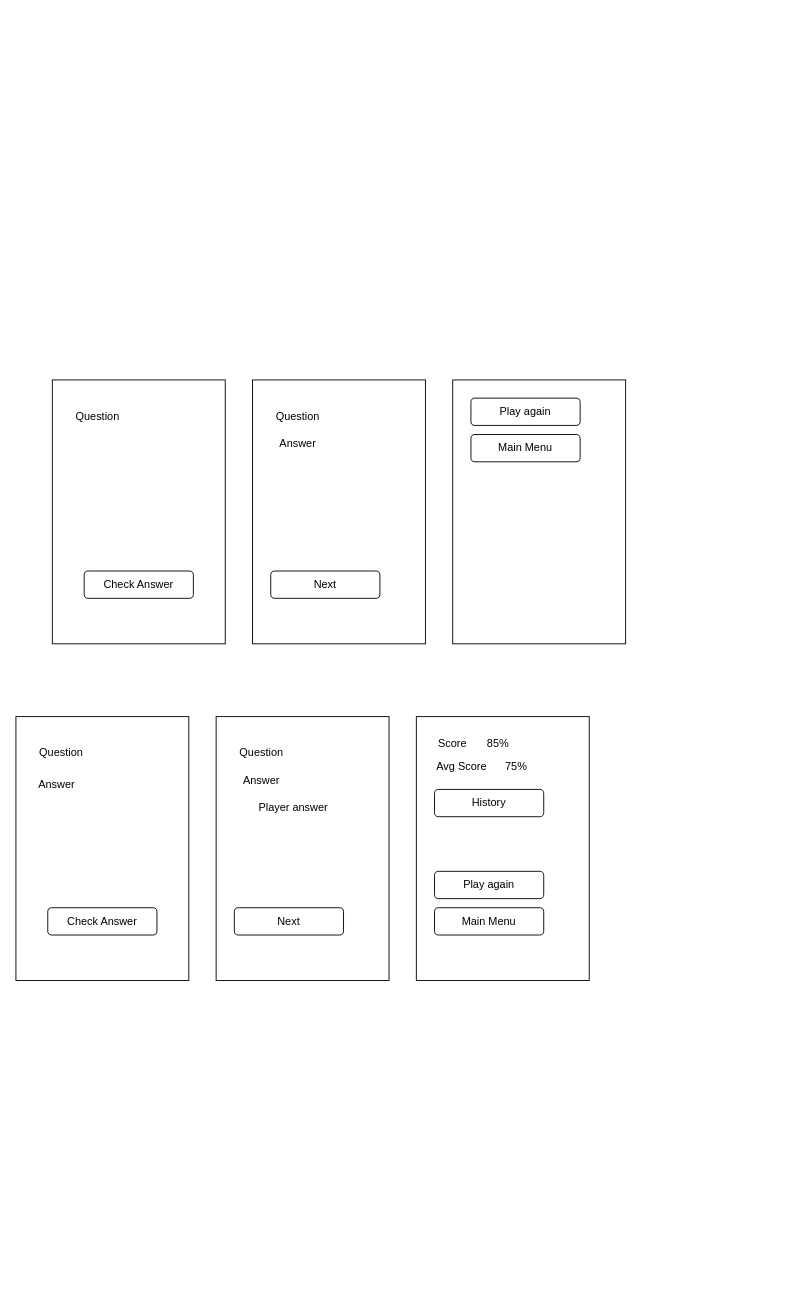
The draw.io diagram StateTheFacts.drawio in TrentonSouth/CS246-StateTheFacts, before the edit. Source tidied: cells renumbered, new cells numbered last; positions are measured from the earlier drawing's top-left corner, leaving out a move shared by most shapes. Both pictures are drawn from the tidied source at 91%, with x=0, y=0 at pixel (15, 379).
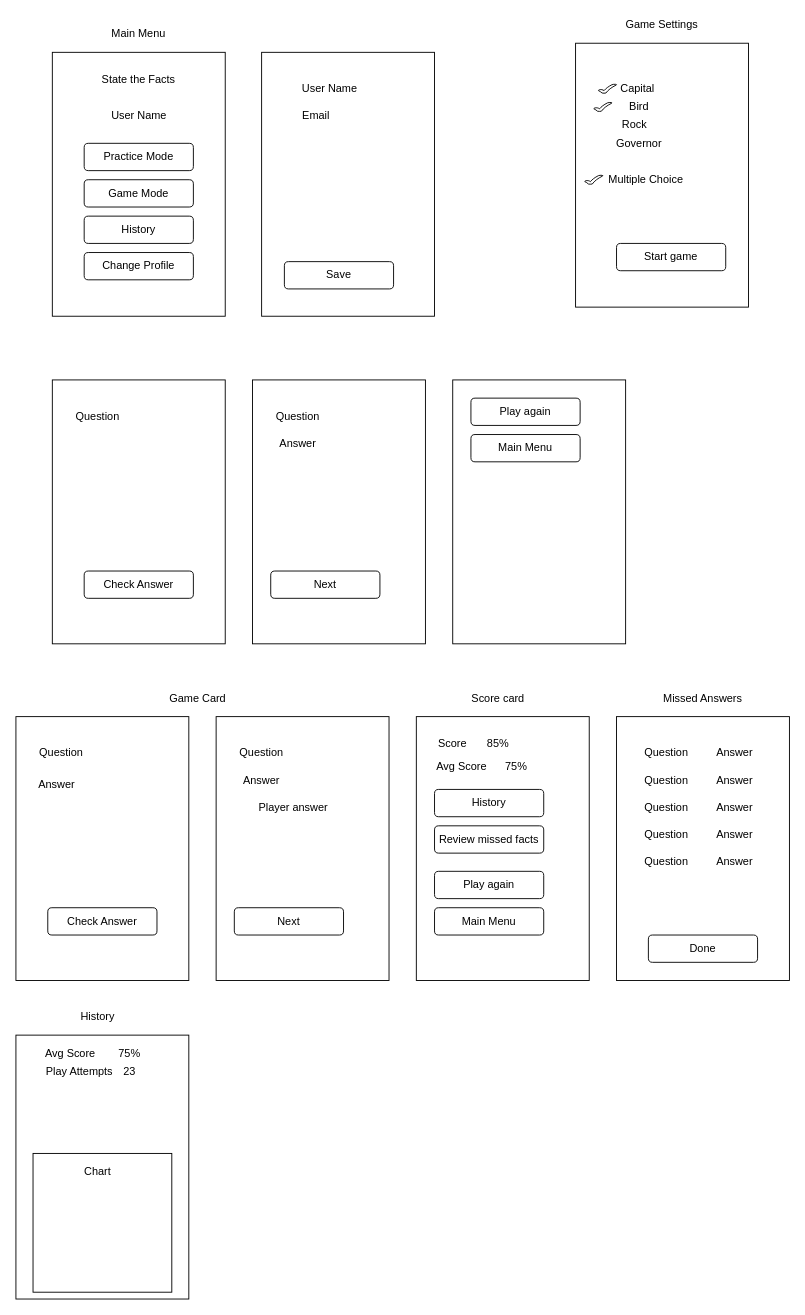
The same diagram, later.

Diff of the diagram source:
```diff
@@
+    <mxCell id="29" value="Review missed facts" style="rounded=1;whiteSpace=wrap;html=1;" parent="1" vertex="1">
+      <mxGeometry x="460" y="490" width="120" height="30" as="geometry" />
+    </mxCell>
+    <mxCell id="30" style="rounded=0;whiteSpace=wrap;html=1;" parent="1" vertex="1">
+      <mxGeometry x="660" y="370" width="190" height="290" as="geometry" />
+    </mxCell>
+    <mxCell id="31" value="Question" style="text;html=1;strokeColor=none;fillColor=none;align=center;verticalAlign=middle;whiteSpace=wrap;rounded=0;" parent="1" vertex="1">
+      <mxGeometry x="695" y="400" width="40" height="20" as="geometry" />
+    </mxCell>
+    <mxCell id="32" value="Done" style="rounded=1;whiteSpace=wrap;html=1;" parent="1" vertex="1">
+      <mxGeometry x="695" y="610" width="120" height="30" as="geometry" />
+    </mxCell>
+    <mxCell id="33" value="Answer" style="text;html=1;strokeColor=none;fillColor=none;align=center;verticalAlign=middle;whiteSpace=wrap;rounded=0;" parent="1" vertex="1">
+      <mxGeometry x="765" y="400" width="50" height="20" as="geometry" />
+    </mxCell>
+    <mxCell id="34" value="Question" style="text;html=1;strokeColor=none;fillColor=none;align=center;verticalAlign=middle;whiteSpace=wrap;rounded=0;" parent="1" vertex="1">
+      <mxGeometry x="695" y="430" width="40" height="20" as="geometry" />
+    </mxCell>
+    <mxCell id="35" value="Answer" style="text;html=1;strokeColor=none;fillColor=none;align=center;verticalAlign=middle;whiteSpace=wrap;rounded=0;" parent="1" vertex="1">
+      <mxGeometry x="765" y="430" width="50" height="20" as="geometry" />
+    </mxCell>
+    <mxCell id="36" value="Question" style="text;html=1;strokeColor=none;fillColor=none;align=center;verticalAlign=middle;whiteSpace=wrap;rounded=0;" parent="1" vertex="1">
+      <mxGeometry x="695" y="460" width="40" height="20" as="geometry" />
+    </mxCell>
+    <mxCell id="37" value="Answer" style="text;html=1;strokeColor=none;fillColor=none;align=center;verticalAlign=middle;whiteSpace=wrap;rounded=0;" parent="1" vertex="1">
+      <mxGeometry x="765" y="460" width="50" height="20" as="geometry" />
+    </mxCell>
+    <mxCell id="38" value="Question" style="text;html=1;strokeColor=none;fillColor=none;align=center;verticalAlign=middle;whiteSpace=wrap;rounded=0;" parent="1" vertex="1">
+      <mxGeometry x="695" y="490" width="40" height="20" as="geometry" />
+    </mxCell>
+    <mxCell id="39" value="Answer" style="text;html=1;strokeColor=none;fillColor=none;align=center;verticalAlign=middle;whiteSpace=wrap;rounded=0;" parent="1" vertex="1">
+      <mxGeometry x="765" y="490" width="50" height="20" as="geometry" />
+    </mxCell>
+    <mxCell id="40" value="Question" style="text;html=1;strokeColor=none;fillColor=none;align=center;verticalAlign=middle;whiteSpace=wrap;rounded=0;" parent="1" vertex="1">
+      <mxGeometry x="695" y="520" width="40" height="20" as="geometry" />
+    </mxCell>
+    <mxCell id="41" value="Answer" style="text;html=1;strokeColor=none;fillColor=none;align=center;verticalAlign=middle;whiteSpace=wrap;rounded=0;" parent="1" vertex="1">
+      <mxGeometry x="765" y="520" width="50" height="20" as="geometry" />
+    </mxCell>
+    <mxCell id="42" value="Missed Answers" style="text;html=1;strokeColor=none;fillColor=none;align=center;verticalAlign=middle;whiteSpace=wrap;rounded=0;" parent="1" vertex="1">
+      <mxGeometry x="705" y="340" width="100" height="20" as="geometry" />
+    </mxCell>
+    <mxCell id="43" value="Score card" style="text;html=1;strokeColor=none;fillColor=none;align=center;verticalAlign=middle;whiteSpace=wrap;rounded=0;" parent="1" vertex="1">
+      <mxGeometry x="480" y="340" width="100" height="20" as="geometry" />
+    </mxCell>
+    <mxCell id="44" value="Game Card" style="text;html=1;strokeColor=none;fillColor=none;align=center;verticalAlign=middle;whiteSpace=wrap;rounded=0;" parent="1" vertex="1">
+      <mxGeometry x="150" y="340" width="100" height="20" as="geometry" />
+    </mxCell>
+    <mxCell id="45" style="rounded=0;whiteSpace=wrap;html=1;" parent="1" vertex="1">
+      <mxGeometry y="720" width="190" height="290" as="geometry" />
+    </mxCell>
+    <mxCell id="46" value="75%" style="text;html=1;strokeColor=none;fillColor=none;align=center;verticalAlign=middle;whiteSpace=wrap;rounded=0;" parent="1" vertex="1">
+      <mxGeometry x="105" y="730" width="40" height="20" as="geometry" />
+    </mxCell>
+    <mxCell id="47" value="Avg Score" style="text;html=1;strokeColor=none;fillColor=none;align=center;verticalAlign=middle;whiteSpace=wrap;rounded=0;" parent="1" vertex="1">
+      <mxGeometry x="30" y="730" width="60" height="20" as="geometry" />
+    </mxCell>
+    <mxCell id="48" value="History" style="text;html=1;strokeColor=none;fillColor=none;align=center;verticalAlign=middle;whiteSpace=wrap;rounded=0;" parent="1" vertex="1">
+      <mxGeometry x="40" y="690" width="100" height="20" as="geometry" />
+    </mxCell>
+    <mxCell id="49" style="rounded=0;whiteSpace=wrap;html=1;" parent="1" vertex="1">
+      <mxGeometry x="40" y="-360" width="190" height="290" as="geometry" />
+    </mxCell>
+    <mxCell id="50" value="Practice Mode" style="rounded=1;whiteSpace=wrap;html=1;" parent="1" vertex="1">
+      <mxGeometry x="75" y="-260" width="120" height="30" as="geometry" />
+    </mxCell>
+    <mxCell id="51" value="Game Mode" style="rounded=1;whiteSpace=wrap;html=1;" parent="1" vertex="1">
+      <mxGeometry x="75" y="-220" width="120" height="30" as="geometry" />
+    </mxCell>
+    <mxCell id="52" value="State the Facts" style="text;html=1;strokeColor=none;fillColor=none;align=center;verticalAlign=middle;whiteSpace=wrap;rounded=0;" parent="1" vertex="1">
+      <mxGeometry x="90" y="-340" width="90" height="20" as="geometry" />
+    </mxCell>
+    <mxCell id="53" value="User Name" style="text;html=1;strokeColor=none;fillColor=none;align=center;verticalAlign=middle;whiteSpace=wrap;rounded=0;" parent="1" vertex="1">
+      <mxGeometry x="97.5" y="-300" width="75" height="20" as="geometry" />
+    </mxCell>
+    <mxCell id="54" value="History" style="rounded=1;whiteSpace=wrap;html=1;" parent="1" vertex="1">
+      <mxGeometry x="75" y="-180" width="120" height="30" as="geometry" />
+    </mxCell>
+    <mxCell id="55" value="Change Profile" style="rounded=1;whiteSpace=wrap;html=1;" parent="1" vertex="1">
+      <mxGeometry x="75" y="-140" width="120" height="30" as="geometry" />
+    </mxCell>
+    <mxCell id="56" style="rounded=0;whiteSpace=wrap;html=1;" parent="1" vertex="1">
+      <mxGeometry x="615" y="-370" width="190" height="290" as="geometry" />
+    </mxCell>
+    <mxCell id="57" value="Game Settings" style="text;html=1;strokeColor=none;fillColor=none;align=center;verticalAlign=middle;whiteSpace=wrap;rounded=0;" parent="1" vertex="1">
+      <mxGeometry x="660" y="-400" width="100" height="20" as="geometry" />
+    </mxCell>
+    <mxCell id="58" value="Start game" style="rounded=1;whiteSpace=wrap;html=1;" parent="1" vertex="1">
+      <mxGeometry x="660" y="-150" width="120" height="30" as="geometry" />
+    </mxCell>
+    <mxCell id="59" value="Capital&amp;nbsp;" style="text;html=1;strokeColor=none;fillColor=none;align=center;verticalAlign=middle;whiteSpace=wrap;rounded=0;" parent="1" vertex="1">
+      <mxGeometry x="645" y="-330" width="80" height="20" as="geometry" />
+    </mxCell>
+    <mxCell id="60" value="Bird" style="text;html=1;strokeColor=none;fillColor=none;align=center;verticalAlign=middle;whiteSpace=wrap;rounded=0;" parent="1" vertex="1">
+      <mxGeometry x="645" y="-310" width="80" height="20" as="geometry" />
+    </mxCell>
+    <mxCell id="61" value="Rock" style="text;html=1;strokeColor=none;fillColor=none;align=center;verticalAlign=middle;whiteSpace=wrap;rounded=0;" parent="1" vertex="1">
+      <mxGeometry x="640" y="-290" width="80" height="20" as="geometry" />
+    </mxCell>
+    <mxCell id="62" value="Governor" style="text;html=1;strokeColor=none;fillColor=none;align=center;verticalAlign=middle;whiteSpace=wrap;rounded=0;" parent="1" vertex="1">
+      <mxGeometry x="645" y="-270" width="80" height="20" as="geometry" />
+    </mxCell>
+    <mxCell id="63" style="edgeStyle=orthogonalEdgeStyle;rounded=0;orthogonalLoop=1;jettySize=auto;html=1;exitX=0.5;exitY=1;exitDx=0;exitDy=0;" parent="1" edge="1" source="62" target="62">
+      <mxGeometry relative="1" as="geometry" />
+    </mxCell>
+    <mxCell id="64" style="verticalLabelPosition=bottom;verticalAlign=top;html=1;shape=mxgraph.basic.tick;" parent="1" vertex="1">
+      <mxGeometry x="640" y="-325" width="20" height="10" as="geometry" />
+    </mxCell>
+    <mxCell id="65" style="verticalLabelPosition=bottom;verticalAlign=top;html=1;shape=mxgraph.basic.tick;" parent="1" vertex="1">
+      <mxGeometry x="635" y="-305" width="20" height="10" as="geometry" />
+    </mxCell>
+    <mxCell id="66" value="Multiple Choice" style="text;html=1;strokeColor=none;fillColor=none;align=center;verticalAlign=middle;whiteSpace=wrap;rounded=0;" parent="1" vertex="1">
+      <mxGeometry x="640" y="-230" width="105" height="20" as="geometry" />
+    </mxCell>
+    <mxCell id="67" style="verticalLabelPosition=bottom;verticalAlign=top;html=1;shape=mxgraph.basic.tick;" parent="1" vertex="1">
+      <mxGeometry x="625" y="-225" width="20" height="10" as="geometry" />
+    </mxCell>
+    <mxCell id="68" value="Main Menu" style="text;html=1;strokeColor=none;fillColor=none;align=center;verticalAlign=middle;whiteSpace=wrap;rounded=0;" parent="1" vertex="1">
+      <mxGeometry x="85" y="-390" width="100" height="20" as="geometry" />
+    </mxCell>
+    <mxCell id="69" style="rounded=0;whiteSpace=wrap;html=1;" parent="1" vertex="1">
+      <mxGeometry x="270" y="-360" width="190" height="290" as="geometry" />
+    </mxCell>
+    <mxCell id="70" value="User Name" style="text;html=1;strokeColor=none;fillColor=none;align=center;verticalAlign=middle;whiteSpace=wrap;rounded=0;" parent="1" vertex="1">
+      <mxGeometry x="300" y="-330" width="90" height="20" as="geometry" />
+    </mxCell>
+    <mxCell id="71" value="Save" style="rounded=1;whiteSpace=wrap;html=1;" parent="1" vertex="1">
+      <mxGeometry x="295" y="-130" width="120" height="30" as="geometry" />
+    </mxCell>
+    <mxCell id="72" value="Email" style="text;html=1;strokeColor=none;fillColor=none;align=center;verticalAlign=middle;whiteSpace=wrap;rounded=0;" parent="1" vertex="1">
+      <mxGeometry x="300" y="-300" width="60" height="20" as="geometry" />
+    </mxCell>
+    <mxCell id="73" style="whiteSpace=wrap;html=1;" parent="1" vertex="1">
+      <mxGeometry x="18.8" y="850" width="152.5" height="152.5" as="geometry" />
+    </mxCell>
+    <mxCell id="74" value="Chart" style="text;html=1;strokeColor=none;fillColor=none;align=center;verticalAlign=middle;whiteSpace=wrap;rounded=0;" parent="1" vertex="1">
+      <mxGeometry x="70" y="860" width="40" height="20" as="geometry" />
+    </mxCell>
+    <mxCell id="75" value="23" style="text;html=1;strokeColor=none;fillColor=none;align=center;verticalAlign=middle;whiteSpace=wrap;rounded=0;" parent="1" vertex="1">
+      <mxGeometry x="105" y="750" width="40" height="20" as="geometry" />
+    </mxCell>
+    <mxCell id="76" value="Play Attempts" style="text;html=1;strokeColor=none;fillColor=none;align=center;verticalAlign=middle;whiteSpace=wrap;rounded=0;" parent="1" vertex="1">
+      <mxGeometry x="30" y="750" width="80" height="20" as="geometry" />
+    </mxCell>
```
